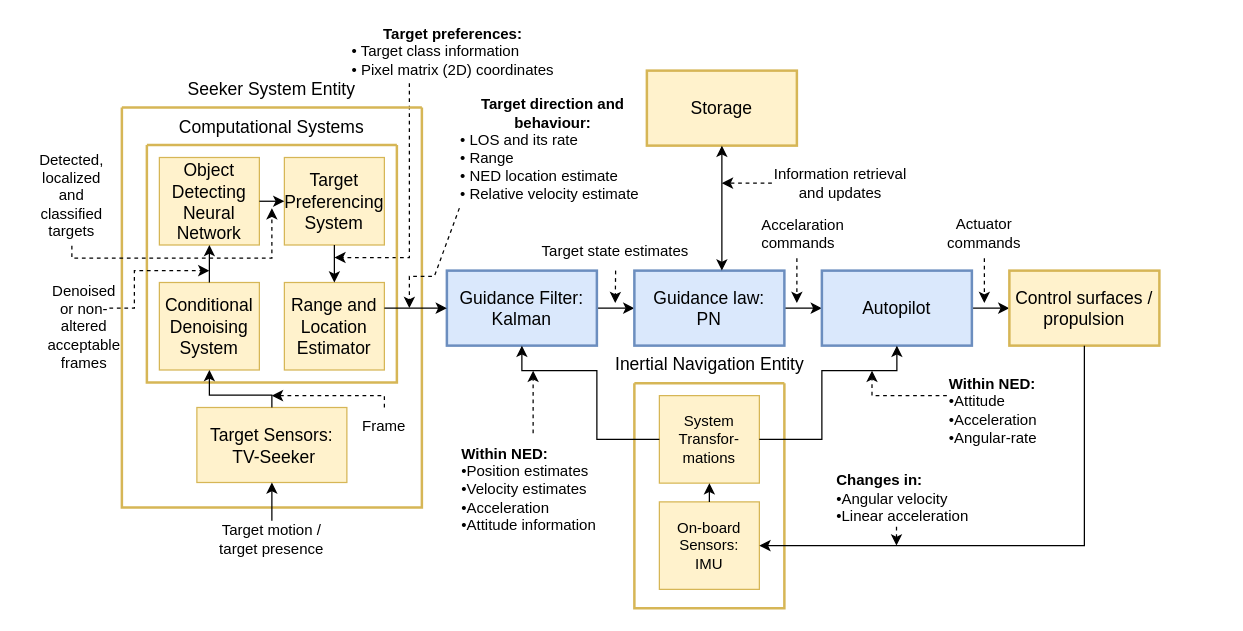
Earlier version of the draw.io diagram Control-Topology.drawio (jukkajo/satunnaista-tavaraa). Source tidied: cells renumbered, new cells numbered last; positions are measured from the earlier drawing's top-left corner, leaving out a move shared by most shapes. Both pictures are drawn from the tidied source at 125%, with x=0, y=0 at pixel (34, 32).
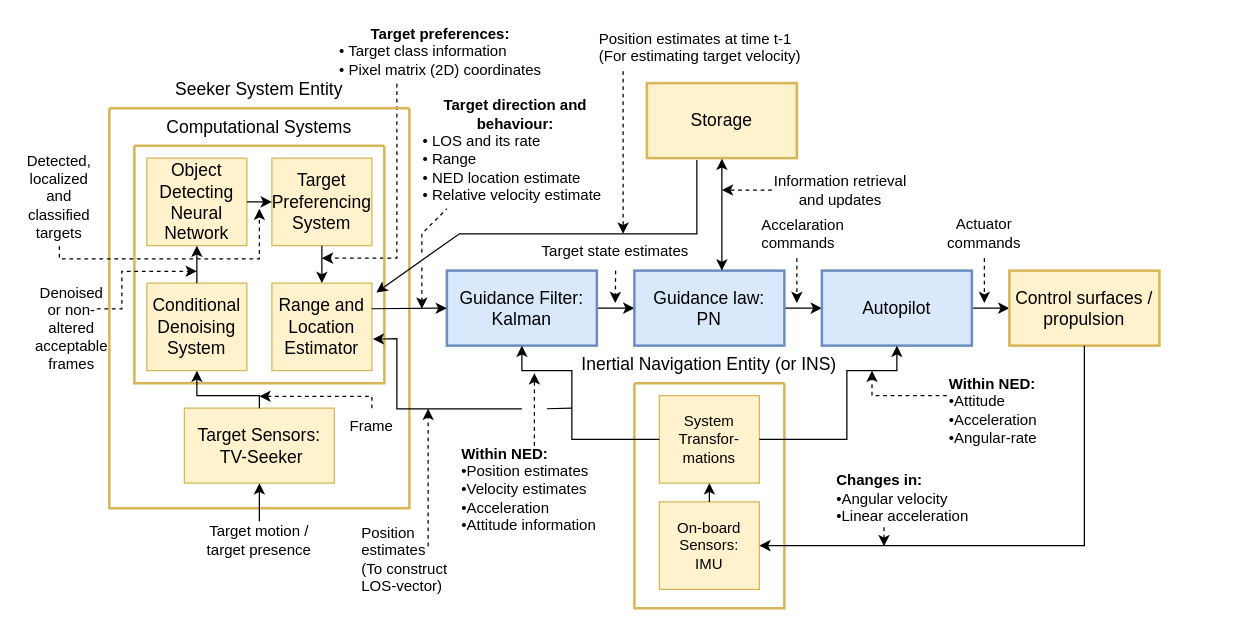
The same page after the edit.

The change refers to these unchanged cells:
```xml
<mxCell id="6" value="&lt;div style=&quot;font-size: 14px;&quot;&gt;&lt;font style=&quot;font-size: 14px;&quot;&gt;Guidance Filter: &lt;font style=&quot;font-size: 14px;&quot;&gt;Kalman&lt;/font&gt;&lt;br&gt;&lt;/font&gt;&lt;/div&gt;" style="rounded=0;whiteSpace=wrap;html=1;fillColor=#dae8fc;strokeColor=#6c8ebf;strokeWidth=2;" parent="1" vertex="1">
  <mxGeometry x="330" y="190" width="120" height="60" as="geometry" />
</mxCell>
<mxCell id="10" value="&lt;font style=&quot;font-size: 14px;&quot;&gt;Autopilot&lt;/font&gt;" style="rounded=0;whiteSpace=wrap;html=1;fillColor=#dae8fc;strokeColor=#6c8ebf;strokeWidth=2;" parent="1" vertex="1">
  <mxGeometry x="630" y="190" width="120" height="60" as="geometry" />
</mxCell>
<mxCell id="22" value="&lt;div&gt;&lt;font style=&quot;font-size: 14px;&quot;&gt;Target Sensors:&lt;/font&gt;&lt;/div&gt;&lt;div&gt;&lt;font style=&quot;font-size: 14px;&quot;&gt;&amp;nbsp;TV-Seeker&lt;br&gt;&lt;/font&gt;&lt;/div&gt;" style="rounded=0;whiteSpace=wrap;html=1;fillColor=#fff2cc;strokeColor=#d6b656;" parent="21" vertex="1">
  <mxGeometry x="60" y="240" width="120" height="60" as="geometry" />
</mxCell>
<mxCell id="26" value="&lt;div style=&quot;font-size: 14px;&quot;&gt;&lt;font style=&quot;font-size: 14px;&quot;&gt;Range and Location&lt;/font&gt;&lt;/div&gt;&lt;div style=&quot;font-size: 14px;&quot;&gt;&lt;font style=&quot;font-size: 14px;&quot;&gt;&lt;font style=&quot;font-size: 14px;&quot;&gt;Estimator&lt;/font&gt;&lt;br&gt;&lt;/font&gt;&lt;/div&gt;" style="rounded=0;whiteSpace=wrap;html=1;fillColor=#fff2cc;strokeColor=#d6b656;" parent="23" vertex="1">
  <mxGeometry x="110" y="110" width="80" height="70" as="geometry" />
</mxCell>
<mxCell id="53" value="&lt;div&gt;System Transfor-&lt;/div&gt;&lt;div&gt;mations&lt;/div&gt;" style="rounded=0;whiteSpace=wrap;html=1;fillColor=#fff2cc;strokeColor=#d6b656;" parent="51" vertex="1">
  <mxGeometry x="20" y="10" width="80" height="70" as="geometry" />
</mxCell>
```

What changed in the source:
```diff
@@
     <mxCell id="2" value="&lt;div style=&quot;&quot;&gt;&lt;font style=&quot;font-size: 12px;&quot;&gt;&lt;b&gt;Target preferences:&lt;/b&gt;&lt;/font&gt;&lt;/div&gt;&lt;div align=&quot;left&quot;&gt;&lt;font style=&quot;font-size: 12px;&quot;&gt;•&lt;/font&gt;&lt;font style=&quot;font-size: 12px;&quot;&gt; Target class information&lt;/font&gt;&lt;/div&gt;&lt;div align=&quot;left&quot;&gt;&lt;font style=&quot;font-size: 12px;&quot;&gt;• &lt;/font&gt;&lt;font style=&quot;font-size: 12px;&quot;&gt;Pixel matrix (2D) coordinates&lt;br&gt;&lt;/font&gt;&lt;/div&gt;" style="text;html=1;align=center;verticalAlign=middle;whiteSpace=wrap;rounded=0;" parent="1" vertex="1">
-      <mxGeometry x="250" y="-0.5" width="170" height="30" as="geometry" />
+      <mxGeometry x="240" width="170" height="30" as="geometry" />
     </mxCell>
@@
     <mxCell id="16" style="html=1;labelBackgroundColor=#ffffff;startArrow=none;startFill=0;startSize=6;endArrow=classic;endFill=1;endSize=6;jettySize=auto;orthogonalLoop=1;strokeWidth=1;dashed=1;fontSize=14;rounded=0;" parent="1" edge="1">
       <mxGeometry relative="1" as="geometry">
-        <mxPoint x="300" y="40" as="sourcePoint" />
-        <mxPoint x="240" y="179.5" as="targetPoint" />
+        <mxPoint x="290" y="40.5" as="sourcePoint" />
+        <mxPoint x="230" y="180" as="targetPoint" />
         <Array as="points">
-          <mxPoint x="300" y="179.5" />
+          <mxPoint x="290" y="180" />
         </Array>
       </mxGeometry>
     </mxCell>
     <mxCell id="17" value="&lt;font style=&quot;font-size: 14px;&quot;&gt;Storage&lt;br&gt;&lt;/font&gt;" style="rounded=0;whiteSpace=wrap;html=1;fillColor=#fff2cc;strokeColor=#d6b656;strokeWidth=2;" parent="1" vertex="1">
-      <mxGeometry x="490" y="30" width="120" height="60" as="geometry" />
+      <mxGeometry x="490" y="40" width="120" height="60" as="geometry" />
     </mxCell>
     <mxCell id="18" style="endArrow=classic;startArrow=classic;html=1;rounded=0;" parent="1" edge="1">
       <mxGeometry relative="1" as="geometry">
         <mxPoint x="550" y="190" as="sourcePoint" />
-        <mxPoint x="550" y="90" as="targetPoint" />
+        <mxPoint x="550" y="100.5" as="targetPoint" />
       </mxGeometry>
     </mxCell>
     <mxCell id="19" value="&lt;font style=&quot;font-size: 12px;&quot;&gt;Information retrieval and updates&lt;/font&gt;" style="text;html=1;align=center;verticalAlign=middle;whiteSpace=wrap;rounded=0;" parent="1" vertex="1">
-      <mxGeometry x="590" y="100" width="110" height="40" as="geometry" />
+      <mxGeometry x="590" y="105.5" width="110" height="40" as="geometry" />
     </mxCell>
     <mxCell id="20" value="&lt;font style=&quot;font-size: 14px;&quot;&gt;Seeker System Entity&lt;/font&gt;" style="text;html=1;align=center;verticalAlign=middle;whiteSpace=wrap;rounded=0;" parent="1" vertex="1">
-      <mxGeometry x="110" y="29.5" width="160" height="30" as="geometry" />
+      <mxGeometry x="100" y="30" width="160" height="30" as="geometry" />
     </mxCell>
     <mxCell id="21" style="swimlane;startSize=0;strokeColor=#D6B656;fillColor=#FFF2CC;strokeWidth=2;" parent="1" vertex="1">
-      <mxGeometry x="70" y="59.5" width="240" height="320" as="geometry" />
+      <mxGeometry x="60" y="60" width="240" height="320" as="geometry" />
     </mxCell>
@@
     <mxCell id="36" value="&lt;font style=&quot;font-size: 12px;&quot;&gt;Target motion / target presence&lt;font style=&quot;font-size: 12px;&quot;&gt;&lt;br&gt;&lt;/font&gt;&lt;/font&gt;" style="text;html=1;align=center;verticalAlign=middle;whiteSpace=wrap;rounded=0;" parent="1" vertex="1">
-      <mxGeometry x="145" y="400" width="90" height="10" as="geometry" />
+      <mxGeometry x="135" y="400.5" width="90" height="10" as="geometry" />
     </mxCell>
     <mxCell id="37" style="endArrow=classic;html=1;rounded=0;entryX=0.5;entryY=1;entryDx=0;entryDy=0;" parent="1" edge="1" target="22">
       <mxGeometry relative="1" as="geometry">
-        <mxPoint x="190" y="390" as="sourcePoint" />
+        <mxPoint x="180" y="390.5" as="sourcePoint" />
       </mxGeometry>
     </mxCell>
@@
     <mxCell id="40" style="endArrow=classic;html=1;rounded=0;entryX=0;entryY=0.5;entryDx=0;entryDy=0;" parent="1" edge="1" target="6">
       <mxGeometry relative="1" as="geometry">
-        <mxPoint x="280" y="220" as="sourcePoint" />
+        <mxPoint x="270" y="220.5" as="sourcePoint" />
       </mxGeometry>
     </mxCell>
-    <mxCell id="41" style="html=1;labelBackgroundColor=#ffffff;startArrow=none;startFill=0;startSize=6;endArrow=classic;endFill=1;endSize=6;jettySize=auto;orthogonalLoop=1;strokeWidth=1;dashed=1;fontSize=14;rounded=0;" parent="1" edge="1">
-      <mxGeometry relative="1" as="geometry">
-        <mxPoint x="340" y="140" as="sourcePoint" />
-        <mxPoint x="300" y="220" as="targetPoint" />
-        <Array as="points">
-          <mxPoint x="320" y="194.5" />
-          <mxPoint x="300" y="194.5" />
-        </Array>
-      </mxGeometry>
-    </mxCell>
     <mxCell id="42" value="&lt;div style=&quot;&quot;&gt;&lt;b&gt;&lt;font style=&quot;font-size: 12px;&quot;&gt;Target direction and behaviour:&lt;/font&gt;&lt;/b&gt;&lt;/div&gt;&lt;div align=&quot;left&quot;&gt;&lt;font style=&quot;font-size: 12px;&quot;&gt;• LOS and its rate&lt;/font&gt;&lt;br&gt;&lt;font style=&quot;font-size: 12px;&quot;&gt;• Range&lt;/font&gt;&lt;br&gt;&lt;font style=&quot;font-size: 12px;&quot;&gt;• NED location estimate&lt;/font&gt;&lt;br&gt;&lt;/div&gt;&lt;div align=&quot;left&quot;&gt;&lt;font style=&quot;font-size: 12px;&quot;&gt;• Relative velocity estimate&lt;/font&gt;&lt;/div&gt;&lt;div style=&quot;&quot;&gt;&lt;font style=&quot;font-size: 12px;&quot;&gt;&lt;br&gt;&lt;/font&gt;&lt;/div&gt;" style="text;html=1;align=center;verticalAlign=middle;whiteSpace=wrap;rounded=0;" parent="1" vertex="1">
-      <mxGeometry x="340" y="85" width="150" height="30" as="geometry" />
+      <mxGeometry x="310" y="85.5" width="150" height="30" as="geometry" />
     </mxCell>
     <mxCell id="43" style="html=1;labelBackgroundColor=#ffffff;startArrow=none;startFill=0;startSize=6;endArrow=classic;endFill=1;endSize=6;jettySize=auto;strokeWidth=1;dashed=1;fontSize=14;rounded=0;exitX=0;exitY=0.5;exitDx=0;exitDy=0;" parent="1" edge="1" source="19">
       <mxGeometry relative="1" as="geometry">
-        <mxPoint x="550" y="120" as="targetPoint" />
+        <mxPoint x="550" y="125.5" as="targetPoint" />
       </mxGeometry>
     </mxCell>
     <mxCell id="44" value="&lt;div&gt;Denoised&lt;/div&gt;&lt;div&gt;or non-altered acceptable frames &lt;br&gt;&lt;/div&gt;" style="text;html=1;align=center;verticalAlign=middle;whiteSpace=wrap;rounded=0;" parent="1" vertex="1">
-      <mxGeometry x="10" y="220" width="60" height="30" as="geometry" />
+      <mxGeometry y="220.5" width="60" height="30" as="geometry" />
     </mxCell>
     <mxCell id="45" style="html=1;labelBackgroundColor=#ffffff;startArrow=none;startFill=0;startSize=6;endArrow=classic;endFill=1;endSize=6;jettySize=auto;orthogonalLoop=1;strokeWidth=1;dashed=1;fontSize=14;rounded=0;" parent="1" edge="1">
       <mxGeometry relative="1" as="geometry">
-        <mxPoint x="30" y="170" as="sourcePoint" />
-        <mxPoint x="190" y="140" as="targetPoint" />
+        <mxPoint x="20" y="170.5" as="sourcePoint" />
+        <mxPoint x="180" y="140.5" as="targetPoint" />
         <Array as="points">
-          <mxPoint x="30" y="180" />
-          <mxPoint x="190" y="180" />
+          <mxPoint x="20" y="180.5" />
+          <mxPoint x="180" y="180.5" />
         </Array>
       </mxGeometry>
     </mxCell>
     <mxCell id="46" value="Detected, localized and classified targets" style="text;html=1;align=center;verticalAlign=middle;whiteSpace=wrap;rounded=0;" parent="1" vertex="1">
-      <mxGeometry y="115" width="60" height="30" as="geometry" />
+      <mxGeometry x="-10" y="115.5" width="60" height="30" as="geometry" />
     </mxCell>
@@
     <mxCell id="48" style="html=1;labelBackgroundColor=#ffffff;startArrow=none;startFill=0;startSize=6;endArrow=classic;endFill=1;endSize=6;jettySize=auto;orthogonalLoop=1;strokeWidth=1;dashed=1;fontSize=14;rounded=0;" parent="1" edge="1">
       <mxGeometry relative="1" as="geometry">
-        <mxPoint x="399" y="320" as="sourcePoint" />
-        <mxPoint x="399" y="270" as="targetPoint" />
+        <mxPoint x="400" y="330" as="sourcePoint" />
+        <mxPoint x="400" y="272" as="targetPoint" />
       </mxGeometry>
     </mxCell>
     <mxCell id="49" style="html=1;labelBackgroundColor=#ffffff;startArrow=none;startFill=0;startSize=6;endArrow=classic;endFill=1;endSize=6;jettySize=auto;orthogonalLoop=1;strokeWidth=1;dashed=1;fontSize=14;rounded=0;" parent="1" edge="1">
       <mxGeometry relative="1" as="geometry">
-        <mxPoint x="689.7" y="394.8" as="sourcePoint" />
-        <mxPoint x="689.7" y="410" as="targetPoint" />
+        <mxPoint x="679.7" y="395.2" as="sourcePoint" />
+        <mxPoint x="679.7" y="410.5" as="targetPoint" />
       </mxGeometry>
     </mxCell>
@@
-    <mxCell id="55" value="&lt;font style=&quot;font-size: 14px;&quot;&gt;Inertial Navigation Entity&lt;/font&gt;" style="text;html=1;align=center;verticalAlign=middle;whiteSpace=wrap;rounded=0;" parent="1" vertex="1">
-      <mxGeometry x="457.5" y="250" width="165" height="30" as="geometry" />
+    <mxCell id="55" value="&lt;div&gt;&lt;font style=&quot;font-size: 14px;&quot;&gt;Inertial Navigation Entity (or INS)&lt;br&gt;&lt;/font&gt;&lt;/div&gt;" style="text;html=1;align=center;verticalAlign=middle;whiteSpace=wrap;rounded=0;" parent="1" vertex="1">
+      <mxGeometry x="430" y="250" width="220" height="30" as="geometry" />
     </mxCell>
     <mxCell id="56" style="endArrow=classic;html=1;rounded=0;entryX=0.5;entryY=1;entryDx=0;entryDy=0;exitX=1;exitY=0.5;exitDx=0;exitDy=0;" parent="1" edge="1" source="53" target="10">
       <mxGeometry relative="1" as="geometry">
         <Array as="points">
-          <mxPoint x="630" y="325" />
-          <mxPoint x="630" y="270" />
+          <mxPoint x="650" y="325" />
+          <mxPoint x="650" y="270" />
           <mxPoint x="690" y="270" />
         </Array>
       </mxGeometry>
     </mxCell>
     <mxCell id="57" style="endArrow=classic;html=1;rounded=0;entryX=0.5;entryY=1;entryDx=0;entryDy=0;exitX=1;exitY=0.5;exitDx=0;exitDy=0;" parent="1" edge="1">
       <mxGeometry relative="1" as="geometry">
         <mxPoint x="500" y="325" as="sourcePoint" />
         <mxPoint x="390" y="250" as="targetPoint" />
         <Array as="points">
-          <mxPoint x="450" y="325" />
-          <mxPoint x="450" y="270" />
+          <mxPoint x="430" y="325" />
+          <mxPoint x="430" y="270" />
           <mxPoint x="390" y="270" />
         </Array>
       </mxGeometry>
     </mxCell>
@@
+    <mxCell id="61" style="endArrow=classic;html=1;rounded=0;entryX=1.01;entryY=0.64;entryDx=0;entryDy=0;entryPerimeter=0;" parent="1" edge="1" target="26">
+      <mxGeometry relative="1" as="geometry">
+        <mxPoint x="390" y="300.5" as="sourcePoint" />
+        <Array as="points">
+          <mxPoint x="340" y="300.5" />
+          <mxPoint x="290" y="300.5" />
+          <mxPoint x="290" y="244.5" />
+        </Array>
+      </mxGeometry>
+    </mxCell>
+    <mxCell id="62" style="endArrow=none;html=1;rounded=0;" parent="1" edge="1">
+      <mxGeometry relative="1" as="geometry">
+        <mxPoint x="410" y="300.5" as="sourcePoint" />
+        <mxPoint x="430" y="300" as="targetPoint" />
+      </mxGeometry>
+    </mxCell>
+    <mxCell id="63" style="html=1;labelBackgroundColor=#ffffff;startArrow=none;startFill=0;startSize=6;endArrow=classic;endFill=1;endSize=6;jettySize=auto;orthogonalLoop=1;strokeWidth=1;dashed=1;fontSize=14;rounded=0;" parent="1" edge="1">
+      <mxGeometry relative="1" as="geometry">
+        <mxPoint x="315" y="410.5" as="sourcePoint" />
+        <mxPoint x="315" y="300.5" as="targetPoint" />
+      </mxGeometry>
+    </mxCell>
+    <mxCell id="64" value="&lt;div&gt;&lt;font style=&quot;font-size: 12px;&quot;&gt;Position&lt;/font&gt;&lt;/div&gt;&lt;div&gt;&lt;font style=&quot;font-size: 12px;&quot;&gt;estimates&lt;/font&gt;&lt;/div&gt;&lt;div&gt;&lt;font style=&quot;font-size: 12px;&quot;&gt;(To construct&amp;nbsp;&lt;/font&gt;&lt;/div&gt;&lt;div&gt;&lt;font style=&quot;font-size: 12px;&quot;&gt;LOS-vector)&lt;br&gt;&lt;/font&gt;&lt;/div&gt;" style="text;whiteSpace=wrap;html=1;" parent="1" vertex="1">
+      <mxGeometry x="260" y="385.5" width="140" height="40" as="geometry" />
+    </mxCell>
+    <mxCell id="65" style="html=1;labelBackgroundColor=#ffffff;startArrow=none;startFill=0;startSize=6;endArrow=classic;endFill=1;endSize=6;jettySize=auto;orthogonalLoop=1;strokeWidth=1;dashed=1;fontSize=14;rounded=0;" parent="1" edge="1">
+      <mxGeometry relative="1" as="geometry">
+        <mxPoint x="310" y="187.5" as="sourcePoint" />
+        <mxPoint x="310" y="220.5" as="targetPoint" />
+      </mxGeometry>
+    </mxCell>
+    <mxCell id="66" style="endArrow=none;dashed=1;html=1;rounded=0;" parent="1" edge="1">
+      <mxGeometry relative="1" as="geometry">
+        <mxPoint x="310" y="175.5" as="sourcePoint" />
+        <mxPoint x="330" y="140.5" as="targetPoint" />
+        <Array as="points">
+          <mxPoint x="310" y="160.5" />
+        </Array>
+      </mxGeometry>
+    </mxCell>
+    <mxCell id="67" style="endArrow=classic;html=1;rounded=0;entryX=1.044;entryY=0.108;entryDx=0;entryDy=0;entryPerimeter=0;" parent="1" edge="1" target="26">
+      <mxGeometry relative="1" as="geometry">
+        <mxPoint x="530" y="101.5" as="sourcePoint" />
+        <Array as="points">
+          <mxPoint x="530" y="160.5" />
+          <mxPoint x="340" y="160.5" />
+        </Array>
+      </mxGeometry>
+    </mxCell>
+    <mxCell id="68" value="&lt;div&gt;&lt;font style=&quot;font-size: 12px;&quot;&gt;Position estimates at time t-1&lt;br&gt;&lt;/font&gt;&lt;/div&gt;&lt;div&gt;&lt;font style=&quot;font-size: 12px;&quot;&gt;(For estimating target velocity)&lt;br&gt;&lt;/font&gt;&lt;/div&gt;" style="text;whiteSpace=wrap;html=1;" parent="1" vertex="1">
+      <mxGeometry x="450" y="-9.5" width="230" height="80" as="geometry" />
+    </mxCell>
+    <mxCell id="69" style="html=1;labelBackgroundColor=#ffffff;startArrow=none;startFill=0;startSize=6;endArrow=classic;endFill=1;endSize=6;jettySize=auto;orthogonalLoop=1;strokeWidth=1;dashed=1;fontSize=14;rounded=0;" parent="1" edge="1">
+      <mxGeometry relative="1" as="geometry">
+        <mxPoint x="471" y="30.5" as="sourcePoint" />
+        <mxPoint x="471" y="160.5" as="targetPoint" />
+      </mxGeometry>
+    </mxCell>
```
